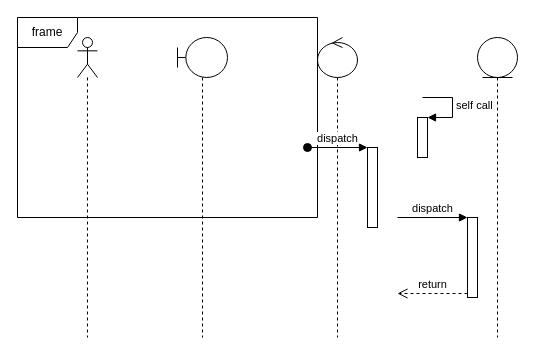
The draw.io diagram page "SequenceDiagram" (3 of 3) of RPLGading.drawio in fazrigading/fazrigading, before the edit. Source tidied: cells renumbered, new cells numbered last; positions are measured from the earlier drawing's top-left corner, leaving out a move shared by most shapes. Both pictures are drawn from the tidied source at 100%, with x=0, y=0 at pixel (17, 17).
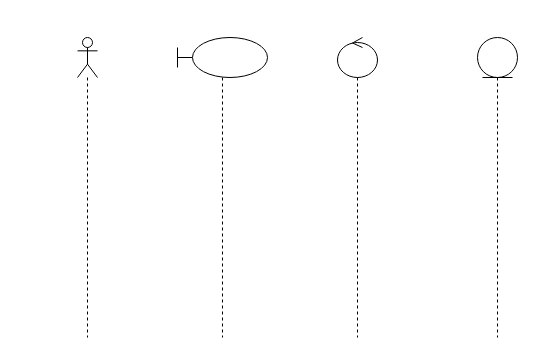
After the change.

The edit, as a diff of the source:
```diff
@@
 <mxGraphModel>
   <root>
     <mxCell id="0" />
     <mxCell id="1" parent="0" />
     <mxCell id="2" style="shape=umlLifeline;participant=umlActor;perimeter=lifelinePerimeter;whiteSpace=wrap;html=1;verticalAlign=top;spacingTop=36;" parent="1" vertex="1">
       <mxGeometry x="60" y="20" width="20" height="300" as="geometry" />
     </mxCell>
     <mxCell id="3" style="shape=umlLifeline;participant=umlBoundary;perimeter=lifelinePerimeter;whiteSpace=wrap;html=1;verticalAlign=top;spacingTop=36;" parent="1" vertex="1">
-      <mxGeometry x="160" y="20" width="50" height="300" as="geometry" />
+      <mxGeometry x="160" y="20" width="90" height="300" as="geometry" />
     </mxCell>
     <mxCell id="4" style="shape=umlLifeline;participant=umlEntity;perimeter=lifelinePerimeter;whiteSpace=wrap;html=1;verticalAlign=top;spacingTop=36;" parent="1" vertex="1">
       <mxGeometry x="460" y="20" width="40" height="300" as="geometry" />
     </mxCell>
     <mxCell id="5" style="shape=umlLifeline;participant=umlControl;perimeter=lifelinePerimeter;whiteSpace=wrap;html=1;verticalAlign=top;spacingTop=36;" parent="1" vertex="1">
-      <mxGeometry x="300" y="20" width="40" height="300" as="geometry" />
+      <mxGeometry x="320" y="20" width="40" height="300" as="geometry" />
     </mxCell>
-    <mxCell id="6" value="frame" style="shape=umlFrame;whiteSpace=wrap;html=1;" parent="1" vertex="1">
-      <mxGeometry width="300" height="200" as="geometry" />
-    </mxCell>
-    <mxCell id="7" style="html=1;points=[];perimeter=orthogonalPerimeter;" parent="1" vertex="1">
-      <mxGeometry x="350" y="130" width="10" height="80" as="geometry" />
-    </mxCell>
-    <mxCell id="8" value="dispatch" style="html=1;verticalAlign=bottom;startArrow=oval;endArrow=block;startSize=8;rounded=0;" parent="1" edge="1" target="7">
-      <mxGeometry relative="1" as="geometry">
-        <mxPoint x="290" y="130" as="sourcePoint" />
-      </mxGeometry>
-    </mxCell>
-    <mxCell id="9" style="html=1;points=[];perimeter=orthogonalPerimeter;" parent="1" vertex="1">
-      <mxGeometry x="450" y="200" width="10" height="80" as="geometry" />
-    </mxCell>
-    <mxCell id="10" value="dispatch" style="html=1;verticalAlign=bottom;endArrow=block;entryX=0;entryY=0;rounded=0;" parent="1" edge="1" target="9">
-      <mxGeometry relative="1" as="geometry">
-        <mxPoint x="380" y="200" as="sourcePoint" />
-      </mxGeometry>
-    </mxCell>
-    <mxCell id="11" value="return" style="html=1;verticalAlign=bottom;endArrow=open;dashed=1;endSize=8;exitX=0;exitY=0.95;rounded=0;" parent="1" edge="1" source="9">
-      <mxGeometry relative="1" as="geometry">
-        <mxPoint x="380" y="276" as="targetPoint" />
-      </mxGeometry>
-    </mxCell>
-    <mxCell id="12" style="html=1;points=[];perimeter=orthogonalPerimeter;" parent="1" vertex="1">
-      <mxGeometry x="400" y="100" width="10" height="40" as="geometry" />
-    </mxCell>
-    <mxCell id="13" value="self call" style="edgeStyle=orthogonalEdgeStyle;html=1;align=left;spacingLeft=2;endArrow=block;rounded=0;entryX=1;entryY=0;" parent="1" edge="1" target="12">
-      <mxGeometry relative="1" as="geometry">
-        <mxPoint x="405" y="80" as="sourcePoint" />
-        <Array as="points">
-          <mxPoint x="435" y="80" />
-        </Array>
-      </mxGeometry>
-    </mxCell>
   </root>
 </mxGraphModel>
```
